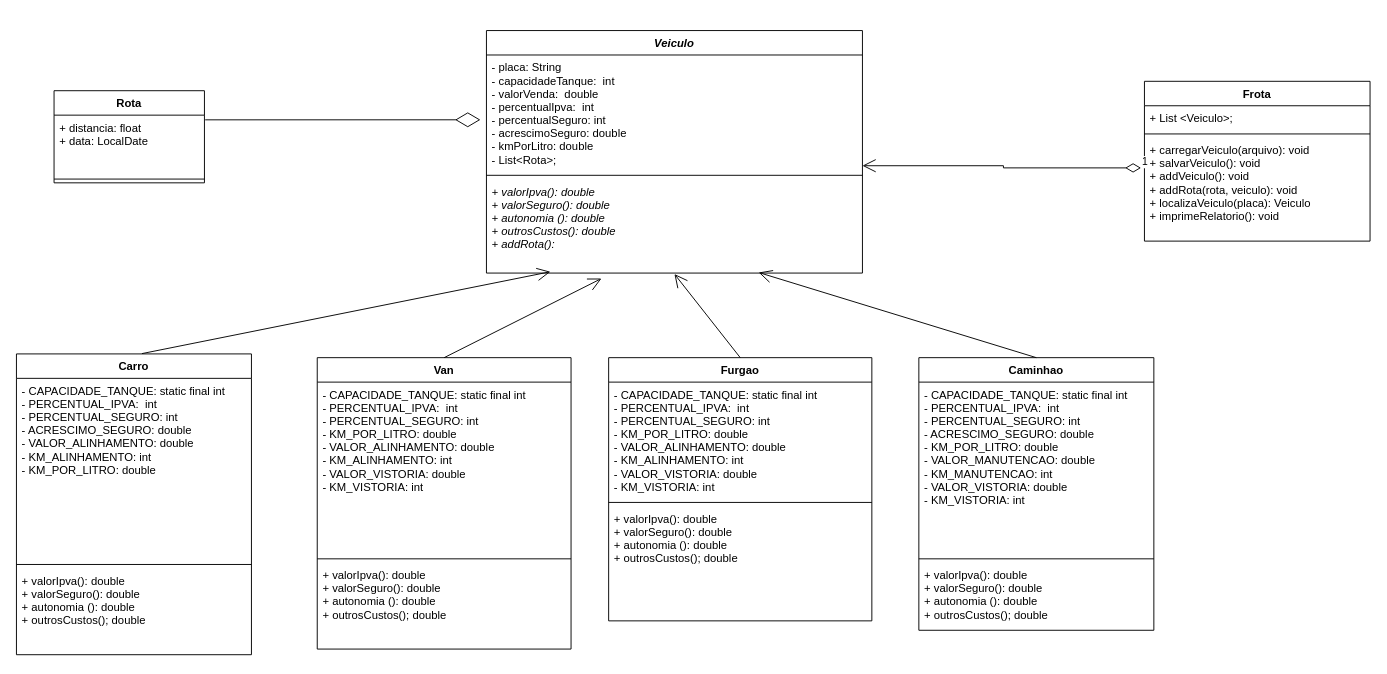
DisciplinasProgramacao/projetos-3-4-5-t-e-a-m keeps this draw.io diagram as docs/diagramas/LPM - Diagrama Projeto 3.drawio. Above is the earlier version. Source tidied: cells renumbered, new cells numbered last; positions are measured from the earlier drawing's top-left corner, leaving out a move shared by most shapes. Both pictures are drawn from the tidied source at 94%, with x=0, y=0 at pixel (16, 30).
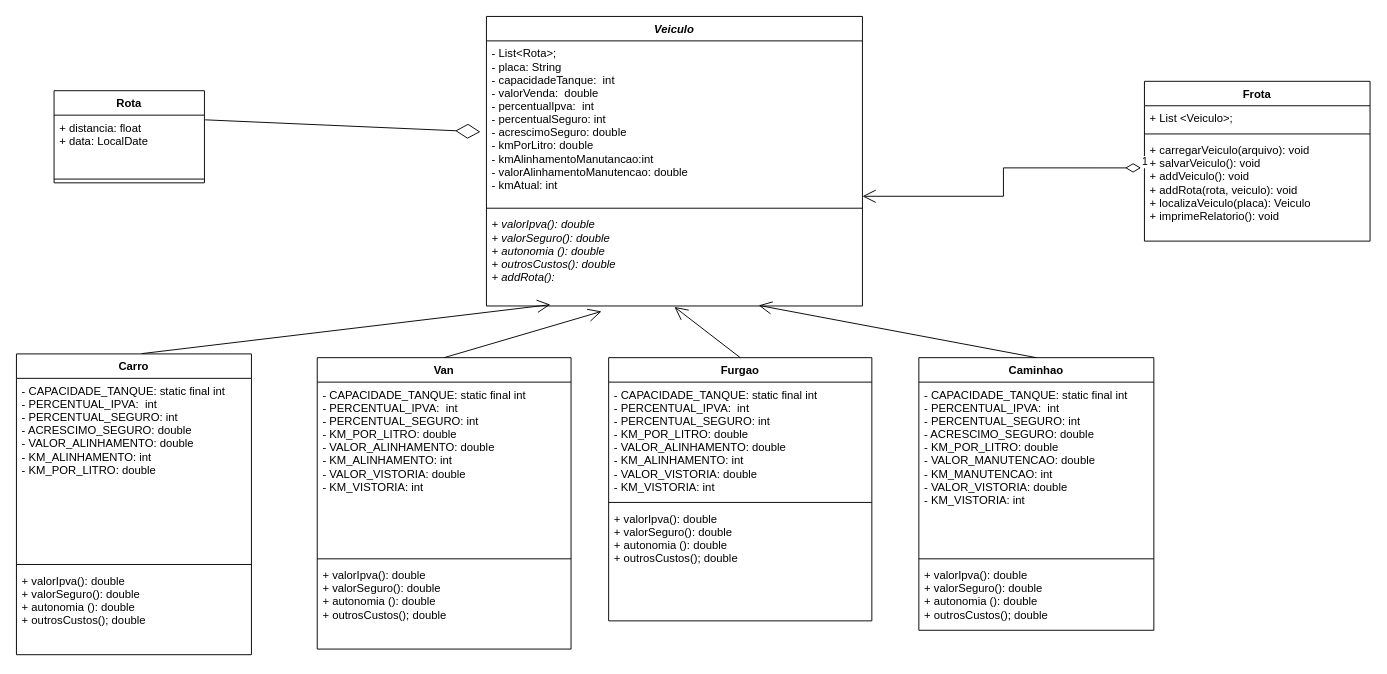
The same diagram, later.

Commit message (it also covers changes not shown here):
Atualização Diagrama e Veículo e Carro

Diff of the diagram source:
```diff
@@
     <mxCell id="2" value="Veiculo" style="swimlane;fontStyle=3;align=center;verticalAlign=top;horizontal=1;startSize=26;" parent="1" vertex="1">
-      <mxGeometry x="500" width="400" height="258" as="geometry" />
+      <mxGeometry x="500" y="-15" width="400" height="308" as="geometry" />
     </mxCell>
-    <mxCell id="3" value="- placa: String&#10;- capacidadeTanque:  int&#10;- valorVenda:  double&#10;- percentualIpva:  int&#10;- percentualSeguro: int&#10;- acrescimoSeguro: double&#10;- kmPorLitro: double&#10;- List&lt;Rota&gt;;" style="text;strokeColor=none;fillColor=none;align=left;verticalAlign=top;spacingLeft=4;spacingRight=4;overflow=hidden;points=[[0,0.5],[1,0.5]];portConstraint=eastwest;" parent="2" vertex="1">
-      <mxGeometry y="26" width="400" height="124" as="geometry" />
+    <mxCell id="3" value="- List&lt;Rota&gt;;&#10;- placa: String&#10;- capacidadeTanque:  int&#10;- valorVenda:  double&#10;- percentualIpva:  int&#10;- percentualSeguro: int&#10;- acrescimoSeguro: double&#10;- kmPorLitro: double&#10;- kmAlinhamentoManutancao:int&#10;- valorAlinhamentoManutencao: double&#10;- kmAtual: int" style="text;strokeColor=none;fillColor=none;align=left;verticalAlign=top;spacingLeft=4;spacingRight=4;overflow=hidden;points=[[0,0.5],[1,0.5]];portConstraint=eastwest;" parent="2" vertex="1">
+      <mxGeometry y="26" width="400" height="174" as="geometry" />
     </mxCell>
     <mxCell id="4" style="line;strokeWidth=1;fillColor=none;align=left;verticalAlign=middle;spacingTop=-1;spacingLeft=3;spacingRight=3;labelPosition=right;strokeColor=inherit;" parent="2" vertex="1">
-      <mxGeometry y="150" width="400" height="8" as="geometry" />
+      <mxGeometry y="200" width="400" height="8" as="geometry" />
     </mxCell>
     <mxCell id="5" value="+ valorIpva(): double&#10;+ valorSeguro(): double&#10;+ autonomia (): double&#10;+ outrosCustos(): double&#10;+ addRota(): " style="text;strokeColor=none;fillColor=none;align=left;verticalAlign=top;spacingLeft=4;spacingRight=4;overflow=hidden;points=[[0,0.5],[1,0.5]];portConstraint=eastwest;fontStyle=2;" parent="2" vertex="1">
-      <mxGeometry y="158" width="400" height="100" as="geometry" />
+      <mxGeometry y="208" width="400" height="100" as="geometry" />
     </mxCell>
```
